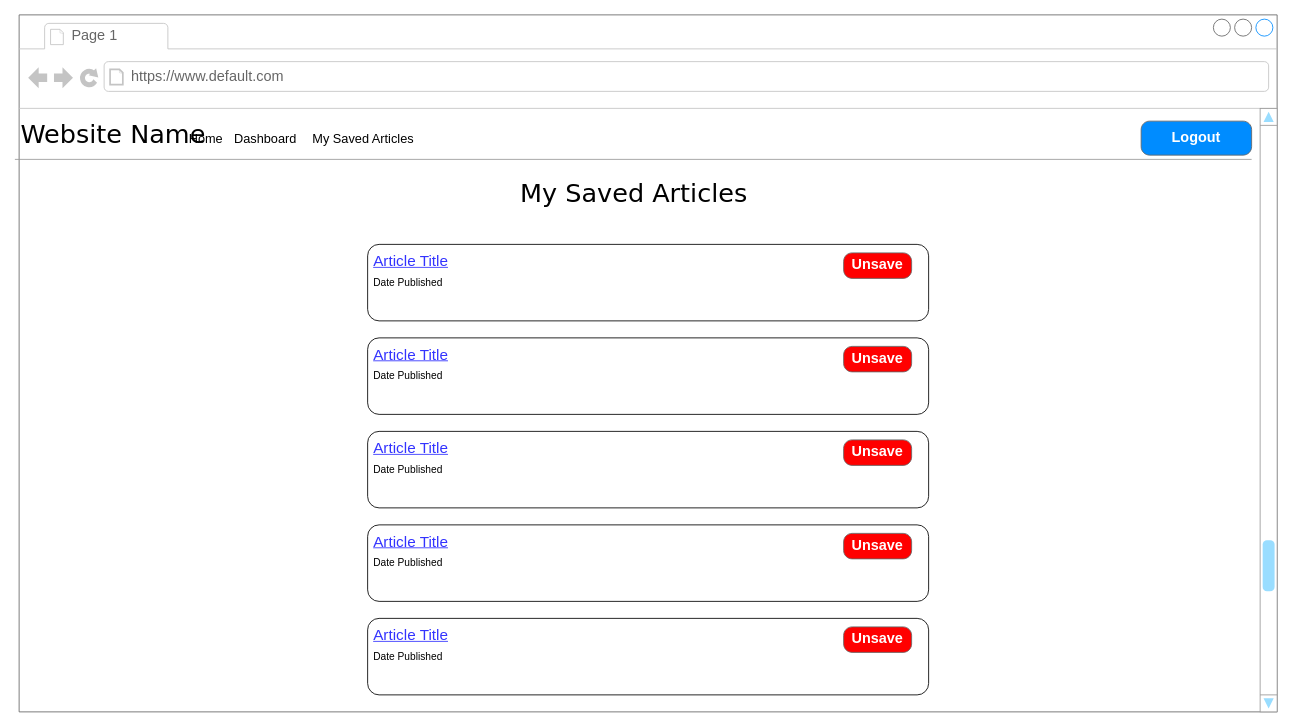
Above: page "Saved Articles" (6 of 6) of wireframe.drawio in MarkyMan4/capstone-planning (draw.io), before the change. Source tidied: cells renumbered, new cells numbered last; positions are measured from the earlier drawing's top-left corner, leaving out a move shared by most shapes. Both pictures are drawn from the tidied source at 85%, with x=0, y=0 at pixel (14, 14).
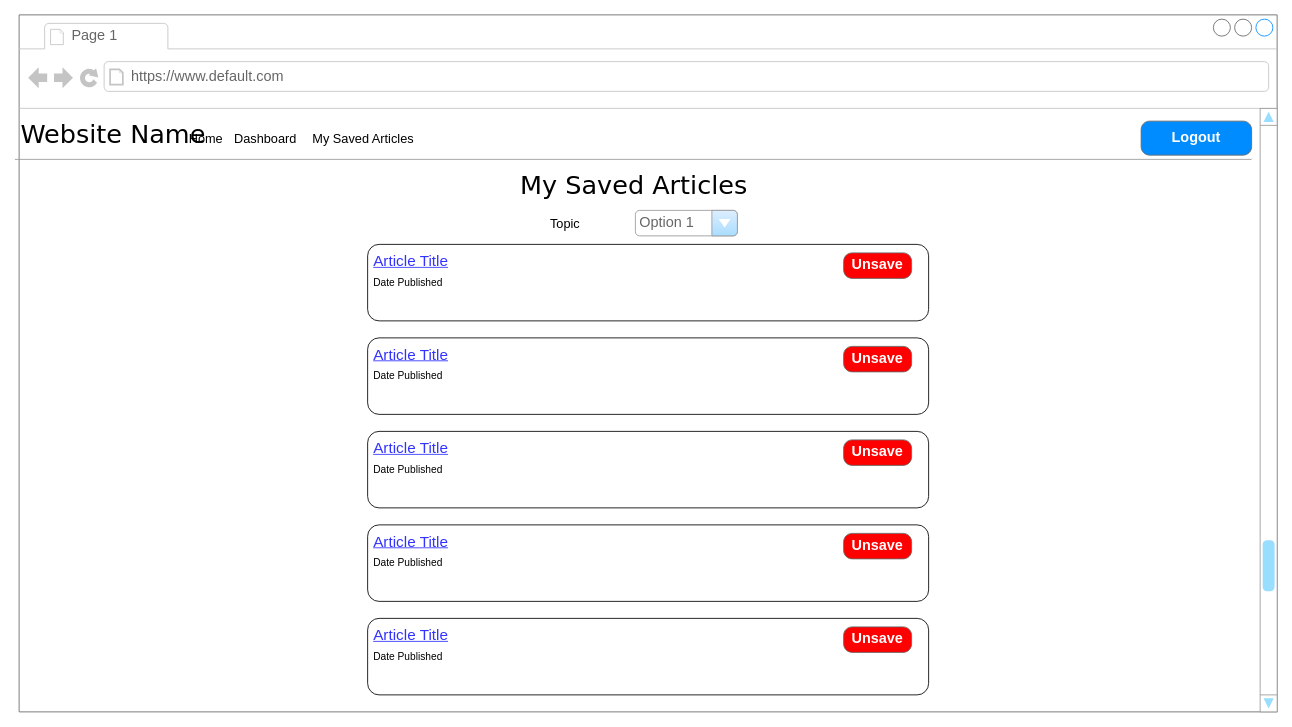
After the change.

Unchanged cells that the change refers to:
```xml
<mxCell id="2" style="strokeWidth=1;shadow=0;dashed=0;align=center;html=1;shape=mxgraph.mockup.containers.browserWindow;rSize=0;strokeColor=#666666;mainText=,;rounded=0;labelBackgroundColor=none;fontFamily=Verdana;fontSize=12;" parent="1" vertex="1">
  <mxGeometry x="5" width="1480" height="820" as="geometry" />
</mxCell>
```

Diff of the diagram source:
```diff
@@
     <mxCell id="32" value="My Saved Articles" style="text;html=1;align=center;verticalAlign=top;spacingTop=-4;fontSize=30;fontFamily=Verdana;" parent="2" vertex="1">
-      <mxGeometry x="627.5" y="190" width="190" height="50" as="geometry" />
+      <mxGeometry x="627.5" y="180" width="190" height="50" as="geometry" />
     </mxCell>
+    <mxCell id="33" value="&lt;font style=&quot;font-size: 15px&quot;&gt;Topic&lt;/font&gt;" style="text;html=1;strokeColor=none;fillColor=none;align=center;verticalAlign=middle;whiteSpace=wrap;rounded=0;" parent="2" vertex="1">
+      <mxGeometry x="575" y="235" width="135" height="20" as="geometry" />
+    </mxCell>
+    <mxCell id="34" value="Option 1" style="strokeWidth=1;shadow=0;dashed=0;align=center;html=1;shape=mxgraph.mockup.forms.comboBox;strokeColor=#999999;fillColor=#ddeeff;align=left;fillColor2=#aaddff;mainText=;fontColor=#666666;fontSize=17;spacingLeft=3;" parent="2" vertex="1">
+      <mxGeometry x="725" y="230" width="120" height="30" as="geometry" />
+    </mxCell>
```
